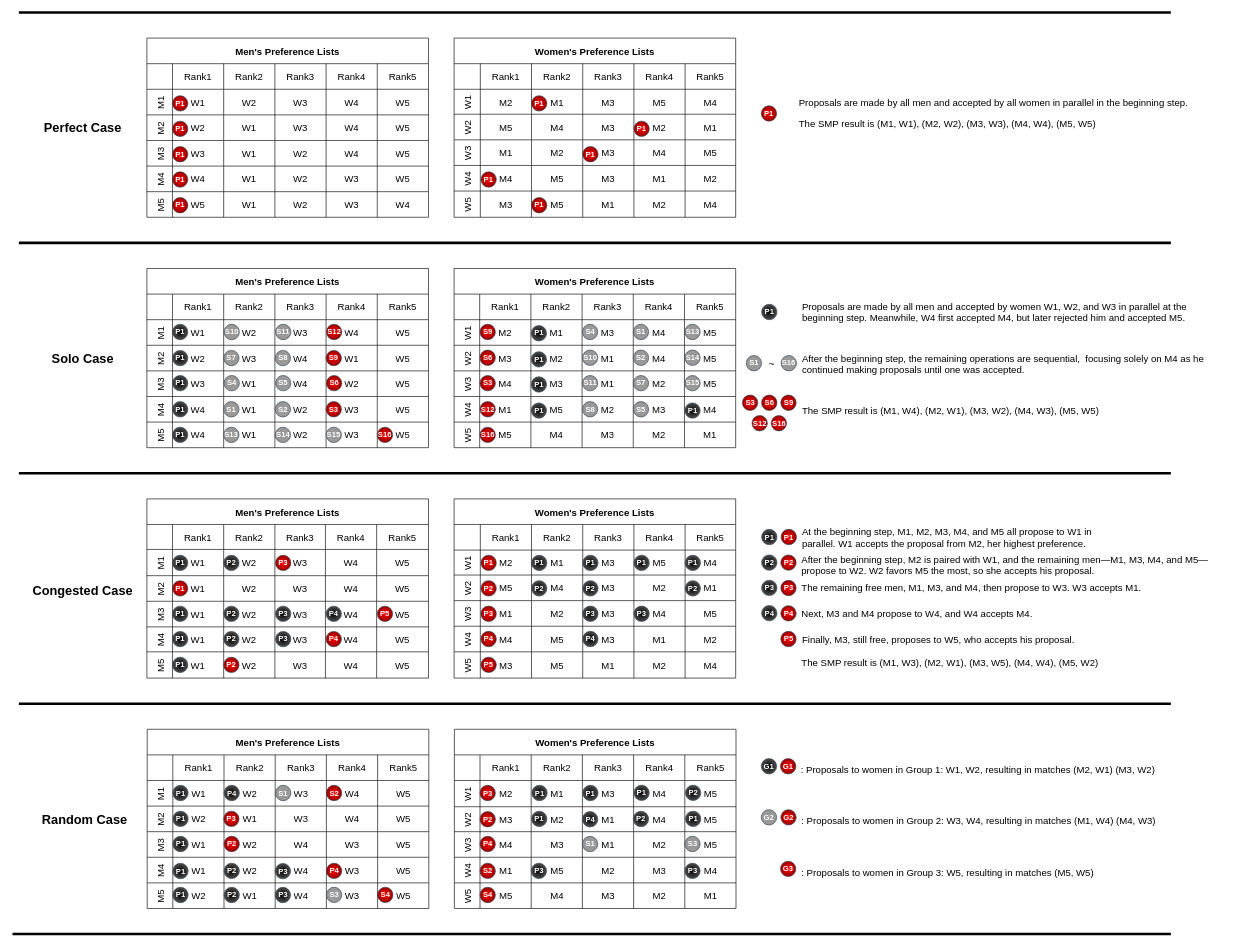
The draw.io diagram MoreWorkloads.drawio in victorliu-sq/BambooSMP-Figures, before the edit. Source tidied: cells renumbered, new cells numbered last; positions are measured from the earlier drawing's top-left corner, leaving out a move shared by most shapes. Both pictures are drawn from the tidied source at 64%, with x=0, y=0 at pixel (12, 12).
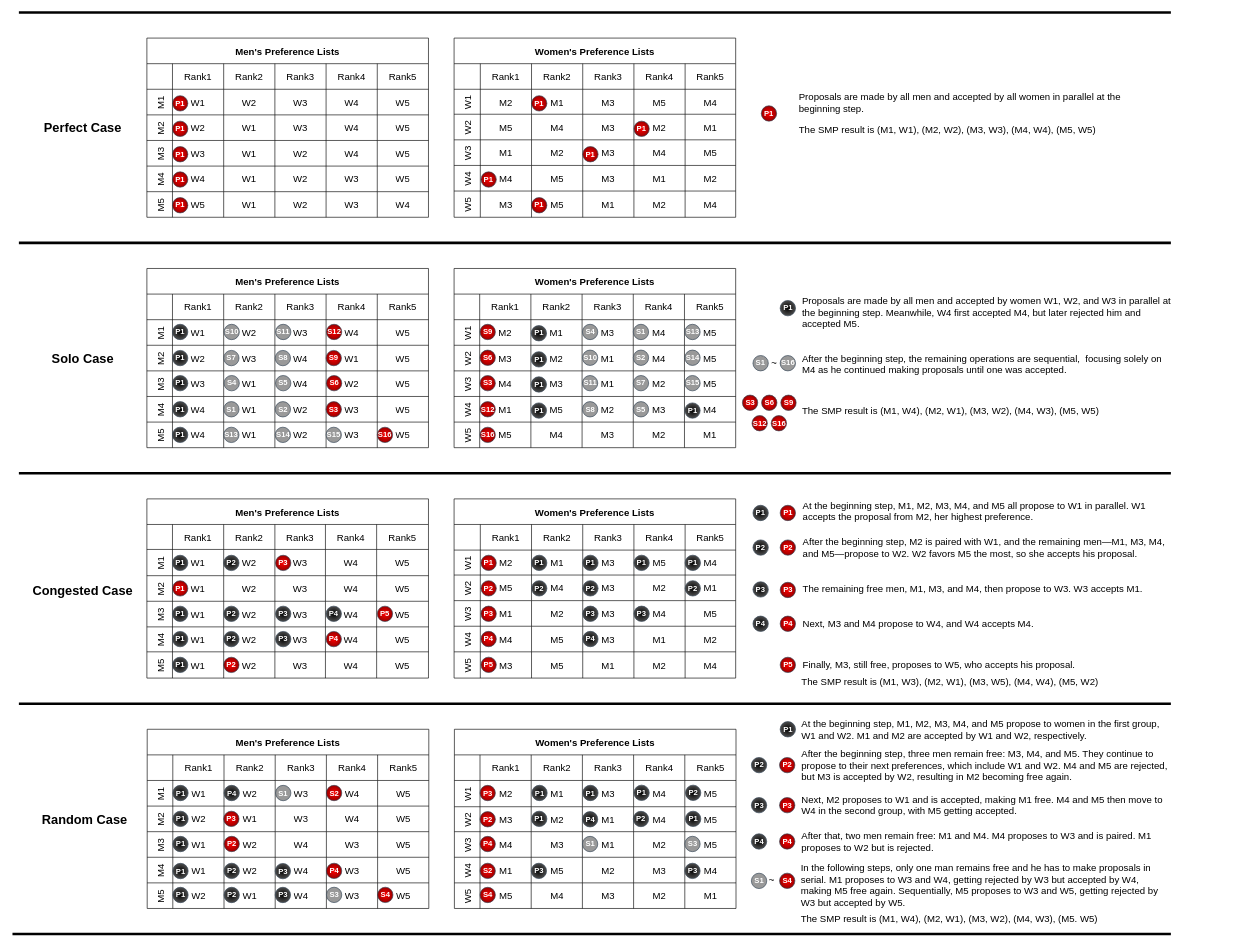
Above is the later version.

The edit, as a diff of the source:
```diff
@@
     <mxCell id="39" value="&lt;p style=&quot;&quot;&gt;At the beginning step, M1, M2, M3, M4, and M5 all propose to W1 in parallel. W1 accepts the proposal from M2, her highest preference.&lt;br&gt;&lt;/p&gt;" style="text;strokeColor=none;align=left;fillColor=none;html=1;verticalAlign=middle;whiteSpace=wrap;rounded=0;fontFamily=Helvetica;fontSize=15;fontColor=default;" parent="1" vertex="1">
-      <mxGeometry x="1231.5" y="804.6" width="459.5" height="30" as="geometry" />
+      <mxGeometry x="1232.5" y="764" width="578.5" height="30" as="geometry" />
     </mxCell>
     <mxCell id="40" value="&lt;p style=&quot;&quot;&gt;After the beginning step, M2 is paired with W1, and the remaining men—M1, M3, M4, and M5—propose to W2. W2 favors M5 the most, so she accepts his proposal.&lt;br&gt;&lt;/p&gt;" style="text;strokeColor=none;align=left;fillColor=none;html=1;verticalAlign=middle;whiteSpace=wrap;rounded=0;fontFamily=Helvetica;fontSize=15;fontColor=default;" parent="1" vertex="1">
-      <mxGeometry x="1230.5" y="847.6" width="639.5" height="30" as="geometry" />
+      <mxGeometry x="1232.5" y="821.1" width="579.5" height="30" as="geometry" />
     </mxCell>
     <mxCell id="41" value="&lt;p style=&quot;&quot;&gt;The remaining free men, M1, M3, and M4, then propose to W3. W3 accepts M1.&lt;br&gt;&lt;/p&gt;" style="text;strokeColor=none;align=left;fillColor=none;html=1;verticalAlign=middle;whiteSpace=wrap;rounded=0;fontFamily=Helvetica;fontSize=15;fontColor=default;" parent="1" vertex="1">
-      <mxGeometry x="1230.5" y="884.3" width="539.5" height="30" as="geometry" />
+      <mxGeometry x="1232.5" y="885" width="539.5" height="30" as="geometry" />
     </mxCell>
     <mxCell id="42" value="&lt;p style=&quot;&quot;&gt;Next, M3 and M4 propose to W4, and W4 accepts M4.&lt;br&gt;&lt;/p&gt;" style="text;strokeColor=none;align=left;fillColor=none;html=1;verticalAlign=middle;whiteSpace=wrap;rounded=0;fontFamily=Helvetica;fontSize=15;fontColor=default;" parent="1" vertex="1">
-      <mxGeometry x="1230.5" y="923.6" width="439.5" height="30" as="geometry" />
+      <mxGeometry x="1232.5" y="940.1" width="439.5" height="30" as="geometry" />
     </mxCell>
     <mxCell id="43" value="&lt;p style=&quot;&quot;&gt;Finally, M3, still free, proposes to W5, who accepts his proposal.&lt;br&gt;&lt;/p&gt;" style="text;strokeColor=none;align=left;fillColor=none;html=1;verticalAlign=middle;whiteSpace=wrap;rounded=0;fontFamily=Helvetica;fontSize=15;fontColor=default;" parent="1" vertex="1">
-      <mxGeometry x="1231.5" y="964.1" width="439.5" height="30" as="geometry" />
+      <mxGeometry x="1232.5" y="1004.4" width="439.5" height="30" as="geometry" />
     </mxCell>
@@
-    <mxCell id="161" value="&lt;h1 style=&quot;&quot;&gt;&lt;span style=&quot;font-size: 15px; font-weight: 400;&quot;&gt;: Proposals to women in Group 1: W1, W2, resulting in matches (M2, W1) (M3, W2)&lt;/span&gt;&lt;/h1&gt;" style="text;strokeColor=none;align=left;fillColor=none;html=1;verticalAlign=middle;whiteSpace=wrap;rounded=0;fontFamily=Helvetica;fontSize=15;fontColor=default;" parent="1" vertex="1">
-      <mxGeometry x="1230" y="1162.8" width="570" height="30" as="geometry" />
+    <mxCell id="161" value="&lt;p style=&quot;&quot;&gt;&lt;span style=&quot;font-size: 15px; font-weight: 400;&quot;&gt;At the beginning step, M1, M2, M3, M4, and M5 propose to women in the first group, W1 and W2. M1 and M2 are accepted by W1 and W2, respectively.&lt;/span&gt;&lt;/p&gt;" style="text;strokeColor=none;align=left;fillColor=none;html=1;verticalAlign=middle;whiteSpace=wrap;rounded=0;fontFamily=Helvetica;fontSize=15;fontColor=default;" parent="1" vertex="1">
+      <mxGeometry x="1230.5" y="1105" width="570" height="30" as="geometry" />
     </mxCell>
-    <mxCell id="162" value="&lt;h1 style=&quot;&quot;&gt;&lt;span style=&quot;font-weight: normal; font-size: 15px;&quot;&gt;: Proposals to women in Group 2: W3, W4,&amp;nbsp;resulting in matches (M1, W4) (M4, W3)&lt;/span&gt;&lt;/h1&gt;" style="text;strokeColor=none;align=left;fillColor=none;html=1;verticalAlign=middle;whiteSpace=wrap;rounded=0;fontFamily=Helvetica;fontSize=15;fontColor=default;" parent="1" vertex="1">
-      <mxGeometry x="1230.5" y="1242.6" width="559.5" height="30" as="geometry" />
+    <mxCell id="162" value="&lt;p style=&quot;&quot;&gt;After the beginning step, three men remain free: M3, M4, and M5. They continue to propose to their next preferences, which include W1 and W2. M4 and M5 are rejected, but M3 is accepted by W2, resulting in M2 becoming free again.&lt;br&gt;&lt;/p&gt;" style="text;strokeColor=none;align=left;fillColor=none;html=1;verticalAlign=middle;whiteSpace=wrap;rounded=0;fontFamily=Helvetica;fontSize=15;fontColor=default;" parent="1" vertex="1">
+      <mxGeometry x="1230.5" y="1161" width="579.5" height="30" as="geometry" />
     </mxCell>
-    <mxCell id="163" value="&lt;h1 style=&quot;&quot;&gt;&lt;span style=&quot;font-size: 15px; font-weight: 400;&quot;&gt;: Proposals to women in Group 3: W5, resulting in matches (M5, W5)&lt;/span&gt;&lt;/h1&gt;" style="text;strokeColor=none;align=left;fillColor=none;html=1;verticalAlign=middle;whiteSpace=wrap;rounded=0;fontFamily=Helvetica;fontSize=15;fontColor=default;" parent="1" vertex="1">
-      <mxGeometry x="1230.5" y="1323.6" width="539.5" height="30" as="geometry" />
+    <mxCell id="163" value="&lt;p style=&quot;&quot;&gt;After that, two men remain free: M1 and M4. M4 proposes to W3 and is paired. M1 proposes to W2 but is rejected.&lt;br&gt;&lt;/p&gt;" style="text;strokeColor=none;align=left;fillColor=none;html=1;verticalAlign=middle;whiteSpace=wrap;rounded=0;fontFamily=Helvetica;fontSize=15;fontColor=default;" parent="1" vertex="1">
+      <mxGeometry x="1230.5" y="1280.3" width="578.5" height="30" as="geometry" />
     </mxCell>
@@
     <mxCell id="319" value="&lt;p style=&quot;&quot;&gt;&lt;span style=&quot;font-size: 15px; font-weight: 400;&quot;&gt;Proposals are made by all men and accepted by women W1, W2, and W3 in parallel at the beginning step.&amp;nbsp;&lt;/span&gt;&lt;span style=&quot;background-color: initial;&quot;&gt;Meanwhile, W4 first accepted M4, but later rejected him and accepted M5.&lt;/span&gt;&lt;/p&gt;" style="text;strokeColor=none;align=left;fillColor=none;html=1;verticalAlign=middle;whiteSpace=wrap;rounded=0;fontFamily=Helvetica;fontSize=15;fontColor=default;" parent="1" vertex="1">
-      <mxGeometry x="1231.5" y="435.5" width="648.5" height="64" as="geometry" />
+      <mxGeometry x="1231.5" y="435.5" width="578.5" height="64" as="geometry" />
     </mxCell>
     <mxCell id="320" value="&lt;p style=&quot;&quot;&gt;&lt;span style=&quot;font-size: 15px; font-weight: 400;&quot;&gt;After the beginning step, the remaining operations are sequential,&amp;nbsp;&amp;nbsp;&lt;/span&gt;&lt;span style=&quot;background-color: initial;&quot;&gt;focusing solely on M4 as he continued making proposals until one was accepted.&amp;nbsp;&lt;/span&gt;&lt;/p&gt;" style="text;strokeColor=none;align=left;fillColor=none;html=1;verticalAlign=middle;whiteSpace=wrap;rounded=0;fontFamily=Helvetica;fontSize=15;fontColor=default;" parent="1" vertex="1">
-      <mxGeometry x="1231.5" y="520" width="680" height="57" as="geometry" />
+      <mxGeometry x="1231.5" y="520" width="578.5" height="57" as="geometry" />
     </mxCell>
@@
     <mxCell id="411" value="S1" style="ellipse;whiteSpace=wrap;html=1;strokeColor=#314354;align=center;verticalAlign=middle;fontFamily=Helvetica;fontSize=12;fillColor=#999999;fontColor=#ffffff;fontStyle=1;" parent="1" vertex="1">
-      <mxGeometry x="1146.5" y="536" width="24" height="24" as="geometry" />
+      <mxGeometry x="1157" y="536" width="24" height="24" as="geometry" />
     </mxCell>
     <mxCell id="412" value="P1" style="ellipse;whiteSpace=wrap;html=1;strokeColor=#314354;align=center;verticalAlign=middle;fontFamily=Helvetica;fontSize=12;fillColor=#000000;fontColor=#ffffff;fontStyle=1;gradientColor=#4D4D4D;gradientDirection=radial;" parent="1" vertex="1">
-      <mxGeometry x="1170.5" y="456" width="24" height="24" as="geometry" />
+      <mxGeometry x="1199.5" y="450" width="24" height="24" as="geometry" />
     </mxCell>
@@
     <mxCell id="414" value="P1" style="ellipse;whiteSpace=wrap;html=1;strokeColor=#314354;align=center;verticalAlign=middle;fontFamily=Helvetica;fontSize=12;fillColor=#000000;fontColor=#ffffff;gradientColor=#4D4D4D;gradientDirection=radial;fontStyle=1;" parent="1" vertex="1">
-      <mxGeometry x="1170.5" y="807.6" width="24" height="24" as="geometry" />
+      <mxGeometry x="1157" y="770" width="24" height="24" as="geometry" />
     </mxCell>
     <mxCell id="415" value="P2" style="ellipse;whiteSpace=wrap;html=1;strokeColor=#314354;align=center;verticalAlign=middle;fontFamily=Helvetica;fontSize=12;fillColor=#000000;fontColor=#ffffff;gradientColor=#4D4D4D;gradientDirection=radial;fontStyle=1;" parent="1" vertex="1">
-      <mxGeometry x="1170.5" y="847.6" width="24" height="24" as="geometry" />
+      <mxGeometry x="1157" y="824.1" width="24" height="24" as="geometry" />
     </mxCell>
     <mxCell id="416" value="P3" style="ellipse;whiteSpace=wrap;html=1;strokeColor=#314354;align=center;verticalAlign=middle;fontFamily=Helvetica;fontSize=12;fillColor=#000000;fontColor=#ffffff;gradientColor=#4D4D4D;gradientDirection=radial;fontStyle=1;" parent="1" vertex="1">
-      <mxGeometry x="1170.5" y="887.1" width="24" height="24" as="geometry" />
+      <mxGeometry x="1157" y="889.5" width="24" height="24" as="geometry" />
     </mxCell>
     <mxCell id="417" value="P4" style="ellipse;whiteSpace=wrap;html=1;strokeColor=#314354;align=center;verticalAlign=middle;fontFamily=Helvetica;fontSize=12;fillColor=#000000;fontColor=#ffffff;gradientColor=#4D4D4D;gradientDirection=radial;fontStyle=1;" parent="1" vertex="1">
-      <mxGeometry x="1170.5" y="926.6" width="24" height="24" as="geometry" />
+      <mxGeometry x="1157" y="943.1" width="24" height="24" as="geometry" />
     </mxCell>
     <mxCell id="418" value="P5" style="ellipse;whiteSpace=wrap;html=1;strokeColor=#314354;align=center;verticalAlign=middle;fontFamily=Helvetica;fontSize=12;fillColor=#FF0000;fontColor=#FFFFFF;fillStyle=solid;strokeWidth=1;fontStyle=1;gradientColor=#990000;gradientDirection=radial;" parent="1" vertex="1">
-      <mxGeometry x="1200.5" y="967" width="24" height="24" as="geometry" />
+      <mxGeometry x="1199.5" y="1007.4" width="24" height="24" as="geometry" />
     </mxCell>
-    <mxCell id="419" value="G1" style="ellipse;whiteSpace=wrap;html=1;strokeColor=#314354;align=center;verticalAlign=middle;fontFamily=Helvetica;fontSize=12;fillColor=#000000;fontColor=#ffffff;strokeWidth=1;perimeterSpacing=1;gradientColor=#4D4D4D;gradientDirection=radial;fontStyle=1;" parent="1" vertex="1">
-      <mxGeometry x="1170" y="1165.8" width="24" height="24" as="geometry" />
-    </mxCell>
-    <mxCell id="420" value="G2" style="ellipse;whiteSpace=wrap;html=1;strokeColor=#314354;align=center;verticalAlign=middle;fontFamily=Helvetica;fontSize=12;fillColor=#999999;fontColor=#ffffff;fontStyle=1;" parent="1" vertex="1">
-      <mxGeometry x="1170" y="1245.6" width="24" height="24" as="geometry" />
-    </mxCell>
-    <mxCell id="421" value="G3" style="ellipse;whiteSpace=wrap;html=1;strokeColor=#314354;align=center;verticalAlign=middle;fontFamily=Helvetica;fontSize=12;fillColor=#FF0000;fontColor=#FFFFFF;fillStyle=solid;strokeWidth=1;fontStyle=1;gradientColor=#990000;gradientDirection=radial;" parent="1" vertex="1">
-      <mxGeometry x="1200" y="1326.1" width="24" height="24" as="geometry" />
-    </mxCell>
-    <mxCell id="422" value="&lt;p style=&quot;&quot;&gt;&lt;span style=&quot;font-size: 15px; font-weight: 400;&quot;&gt;Proposals are made by all men and accepted by all women in parallel in the beginning step.&amp;nbsp;&lt;/span&gt;&lt;/p&gt;&lt;p style=&quot;&quot;&gt;The SMP result is&amp;nbsp;&lt;span style=&quot;font-size: 15px; background-color: initial; font-weight: normal;&quot;&gt;(M1, W1), (M2, W2), (M3, W3), (M4, W4), (M5, W5)&lt;/span&gt;&amp;nbsp;&lt;/p&gt;" style="text;strokeColor=none;align=left;fillColor=none;html=1;verticalAlign=middle;whiteSpace=wrap;rounded=0;fontFamily=Helvetica;fontSize=15;fontColor=default;" parent="1" vertex="1">
-      <mxGeometry x="1226.8" y="102.8" width="689.5" height="110" as="geometry" />
+    <mxCell id="422" value="&lt;p style=&quot;&quot;&gt;&lt;span style=&quot;font-size: 15px; font-weight: 400;&quot;&gt;Proposals are made by all men and accepted by all women in parallel at the beginning step.&amp;nbsp;&lt;/span&gt;&lt;/p&gt;&lt;p style=&quot;&quot;&gt;The SMP result is&amp;nbsp;&lt;span style=&quot;font-size: 15px; background-color: initial; font-weight: normal;&quot;&gt;(M1, W1), (M2, W2), (M3, W3), (M4, W4), (M5, W5)&lt;/span&gt;&amp;nbsp;&lt;/p&gt;" style="text;strokeColor=none;align=left;fillColor=none;html=1;verticalAlign=middle;whiteSpace=wrap;rounded=0;fontFamily=Helvetica;fontSize=15;fontColor=default;" parent="1" vertex="1">
+      <mxGeometry x="1226.8" y="102.8" width="573.2" height="110" as="geometry" />
     </mxCell>
@@
-    <mxCell id="425" value="G1" style="ellipse;whiteSpace=wrap;html=1;strokeColor=#314354;align=center;verticalAlign=middle;fontFamily=Helvetica;fontSize=12;fillColor=#FF0000;fontColor=#FFFFFF;fillStyle=solid;strokeWidth=1;fontStyle=1;gradientColor=#990000;gradientDirection=radial;" parent="1" vertex="1">
-      <mxGeometry x="1200" y="1165.8" width="24" height="24" as="geometry" />
-    </mxCell>
-    <mxCell id="426" value="G2" style="ellipse;whiteSpace=wrap;html=1;strokeColor=#314354;align=center;verticalAlign=middle;fontFamily=Helvetica;fontSize=12;fillColor=#FF0000;fontColor=#FFFFFF;fillStyle=solid;strokeWidth=1;fontStyle=1;gradientColor=#990000;gradientDirection=radial;" parent="1" vertex="1">
-      <mxGeometry x="1200.5" y="1245.6" width="24" height="24" as="geometry" />
-    </mxCell>
     <mxCell id="427" value="P1" style="ellipse;whiteSpace=wrap;html=1;strokeColor=#314354;align=center;verticalAlign=middle;fontFamily=Helvetica;fontSize=12;fillColor=#FF0000;fontColor=#FFFFFF;fillStyle=solid;strokeWidth=1;fontStyle=1;gradientColor=#990000;gradientDirection=radial;" parent="1" vertex="1">
-      <mxGeometry x="1201" y="807.6" width="24" height="24" as="geometry" />
+      <mxGeometry x="1199.5" y="770" width="24" height="24" as="geometry" />
     </mxCell>
     <mxCell id="428" value="P2" style="ellipse;whiteSpace=wrap;html=1;strokeColor=#314354;align=center;verticalAlign=middle;fontFamily=Helvetica;fontSize=12;fillColor=#FF0000;fontColor=#FFFFFF;fillStyle=solid;strokeWidth=1;fontStyle=1;gradientColor=#990000;gradientDirection=radial;" parent="1" vertex="1">
-      <mxGeometry x="1200.5" y="847.6" width="24" height="24" as="geometry" />
+      <mxGeometry x="1199.5" y="824.1" width="24" height="24" as="geometry" />
     </mxCell>
     <mxCell id="429" value="P3" style="ellipse;whiteSpace=wrap;html=1;strokeColor=#314354;align=center;verticalAlign=middle;fontFamily=Helvetica;fontSize=12;fillColor=#FF0000;fontColor=#FFFFFF;fillStyle=solid;strokeWidth=1;fontStyle=1;gradientColor=#990000;gradientDirection=radial;" parent="1" vertex="1">
-      <mxGeometry x="1200.5" y="887.3" width="24" height="24" as="geometry" />
+      <mxGeometry x="1199.5" y="890.3" width="24" height="24" as="geometry" />
     </mxCell>
     <mxCell id="430" value="P4" style="ellipse;whiteSpace=wrap;html=1;strokeColor=#314354;align=center;verticalAlign=middle;fontFamily=Helvetica;fontSize=12;fillColor=#FF0000;fontColor=#FFFFFF;fillStyle=solid;strokeWidth=1;fontStyle=1;gradientColor=#990000;gradientDirection=radial;" parent="1" vertex="1">
-      <mxGeometry x="1200.5" y="926.8" width="24" height="24" as="geometry" />
+      <mxGeometry x="1199.5" y="943.1" width="24" height="24" as="geometry" />
     </mxCell>
@@
     <mxCell id="457" value="S16" style="ellipse;whiteSpace=wrap;html=1;strokeColor=#314354;align=center;verticalAlign=middle;fontFamily=Helvetica;fontSize=12;fillColor=#999999;fontColor=#ffffff;fontStyle=1;" parent="1" vertex="1">
-      <mxGeometry x="1201" y="536" width="24" height="24" as="geometry" />
+      <mxGeometry x="1199.5" y="536" width="24" height="24" as="geometry" />
     </mxCell>
     <mxCell id="458" value="&lt;h1 style=&quot;font-size: 15px;&quot;&gt;&lt;span style=&quot;font-weight: 400;&quot;&gt;~&lt;/span&gt;&lt;/h1&gt;" style="text;strokeColor=none;align=left;fillColor=none;html=1;verticalAlign=middle;whiteSpace=wrap;rounded=0;fontFamily=Helvetica;fontSize=15;fontColor=default;" parent="1" vertex="1">
-      <mxGeometry x="1179.5" y="533" width="20" height="30" as="geometry" />
+      <mxGeometry x="1183.5" y="532" width="20" height="30" as="geometry" />
     </mxCell>
     <mxCell id="459" value="&lt;p style=&quot;&quot;&gt;&lt;span style=&quot;font-size: 15px; font-weight: 400;&quot;&gt;The SMP result is&amp;nbsp;&lt;/span&gt;&lt;span style=&quot;font-size: 15px; font-weight: normal;&quot;&gt;&lt;font style=&quot;font-size: 15px;&quot;&gt;(M1, W3), (M2, W1), (M3, W5), (M4, W4), (M5, W2)&lt;/font&gt;&lt;/span&gt;&lt;/p&gt;" style="text;strokeColor=none;align=left;fillColor=none;html=1;verticalAlign=middle;whiteSpace=wrap;rounded=0;fontFamily=Helvetica;fontSize=15;fontColor=default;" parent="1" vertex="1">
-      <mxGeometry x="1230.5" y="1001.3" width="520" height="30" as="geometry" />
+      <mxGeometry x="1230.5" y="1031.4" width="520" height="30" as="geometry" />
     </mxCell>
+    <mxCell id="460" value="P1" style="ellipse;whiteSpace=wrap;html=1;strokeColor=#314354;align=center;verticalAlign=middle;fontFamily=Helvetica;fontSize=12;fillColor=#000000;fontColor=#ffffff;strokeWidth=1;perimeterSpacing=1;gradientColor=#4D4D4D;gradientDirection=radial;fontStyle=1;fillStyle=solid;" parent="1" vertex="1">
+      <mxGeometry x="1199.5" y="1108" width="24" height="24" as="geometry" />
+    </mxCell>
+    <mxCell id="461" value="P2" style="ellipse;whiteSpace=wrap;html=1;strokeColor=#314354;align=center;verticalAlign=middle;fontFamily=Helvetica;fontSize=12;fillColor=#000000;fontColor=#ffffff;gradientColor=#4D4D4D;gradientDirection=radial;fontStyle=1;" parent="1" vertex="1">
+      <mxGeometry x="1154.5" y="1164" width="24" height="24" as="geometry" />
+    </mxCell>
+    <mxCell id="462" value="P2" style="ellipse;whiteSpace=wrap;html=1;strokeColor=#314354;align=center;verticalAlign=middle;fontFamily=Helvetica;fontSize=12;fillColor=#FF0000;fontColor=#FFFFFF;fillStyle=solid;strokeWidth=1;fontStyle=1;gradientColor=#990000;gradientDirection=radial;" parent="1" vertex="1">
+      <mxGeometry x="1198.5" y="1164" width="24" height="24" as="geometry" />
+    </mxCell>
+    <mxCell id="463" value="P3" style="ellipse;whiteSpace=wrap;html=1;strokeColor=#314354;align=center;verticalAlign=middle;fontFamily=Helvetica;fontSize=12;fillColor=#000000;fontColor=#ffffff;fontStyle=1;gradientColor=#4D4D4D;gradientDirection=radial;" parent="1" vertex="1">
+      <mxGeometry x="1154.5" y="1226.6" width="24" height="24" as="geometry" />
+    </mxCell>
+    <mxCell id="464" value="P3" style="ellipse;whiteSpace=wrap;html=1;strokeColor=#314354;align=center;verticalAlign=middle;fontFamily=Helvetica;fontSize=12;fillColor=#FF0000;fontColor=#FFFFFF;fillStyle=solid;strokeWidth=1;fontStyle=1;gradientColor=#990000;gradientDirection=radial;" parent="1" vertex="1">
+      <mxGeometry x="1198.5" y="1226.6" width="24" height="24" as="geometry" />
+    </mxCell>
+    <mxCell id="465" value="P4" style="ellipse;whiteSpace=wrap;html=1;strokeColor=#314354;align=center;verticalAlign=middle;fontFamily=Helvetica;fontSize=12;fillColor=#000000;fontColor=#ffffff;fontStyle=1;gradientColor=#4D4D4D;gradientDirection=radial;" parent="1" vertex="1">
+      <mxGeometry x="1154.5" y="1283.3" width="24" height="24" as="geometry" />
+    </mxCell>
+    <mxCell id="466" value="P4" style="ellipse;whiteSpace=wrap;html=1;strokeColor=#314354;align=center;verticalAlign=middle;fontFamily=Helvetica;fontSize=12;fillColor=#FF0000;fontColor=#FFFFFF;fillStyle=solid;strokeWidth=1;fontStyle=1;gradientColor=#990000;gradientDirection=radial;" parent="1" vertex="1">
+      <mxGeometry x="1198.5" y="1283.3" width="24" height="24" as="geometry" />
+    </mxCell>
+    <mxCell id="467" value="S1" style="ellipse;whiteSpace=wrap;html=1;strokeColor=#314354;align=center;verticalAlign=middle;fontFamily=Helvetica;fontSize=12;fillColor=#999999;fontColor=#ffffff;fontStyle=1;" parent="1" vertex="1">
+      <mxGeometry x="1154.5" y="1344.9" width="24" height="24" as="geometry" />
+    </mxCell>
+    <mxCell id="468" value="S4" style="ellipse;whiteSpace=wrap;html=1;strokeColor=#314354;align=center;verticalAlign=middle;fontFamily=Helvetica;fontSize=12;fillColor=#FF0000;fontColor=#FFFFFF;fillStyle=solid;strokeWidth=1;fontStyle=1;gradientColor=#990000;gradientDirection=radial;" parent="1" vertex="1">
+      <mxGeometry x="1198.5" y="1344.8" width="24" height="24" as="geometry" />
+    </mxCell>
+    <mxCell id="469" value="&lt;h1 style=&quot;font-size: 15px;&quot;&gt;&lt;span style=&quot;font-weight: 400;&quot;&gt;~&lt;/span&gt;&lt;/h1&gt;" style="text;strokeColor=none;align=left;fillColor=none;html=1;verticalAlign=middle;whiteSpace=wrap;rounded=0;fontFamily=Helvetica;fontSize=15;fontColor=default;" parent="1" vertex="1">
+      <mxGeometry x="1180" y="1338.9" width="20" height="30" as="geometry" />
+    </mxCell>
+    <mxCell id="470" value="&lt;p style=&quot;&quot;&gt;Next, M2 proposes to W1 and is accepted, making M1 free. M4 and M5 then move to W4 in the second group, with M5 getting accepted.&lt;br&gt;&lt;/p&gt;" style="text;strokeColor=none;align=left;fillColor=none;html=1;verticalAlign=middle;whiteSpace=wrap;rounded=0;fontFamily=Helvetica;fontSize=15;fontColor=default;" parent="1" vertex="1">
+      <mxGeometry x="1230.5" y="1223" width="578.5" height="30" as="geometry" />
+    </mxCell>
+    <mxCell id="471" value="&lt;p style=&quot;&quot;&gt;In the following steps, only one man remains free and he has to make proposals in serial. M1 proposes to W3 and W4, getting rejected by W3 but accepted by W4, making M5 free again. Sequentially, M5 proposes to W3 and W5, getting rejected by W3 but accepted by W5.&lt;br&gt;&lt;/p&gt;" style="text;strokeColor=none;align=left;fillColor=none;html=1;verticalAlign=middle;whiteSpace=wrap;rounded=0;fontFamily=Helvetica;fontSize=15;fontColor=default;" parent="1" vertex="1">
+      <mxGeometry x="1230" y="1348" width="579.5" height="30" as="geometry" />
+    </mxCell>
+    <mxCell id="472" value="&lt;p style=&quot;&quot;&gt;The SMP result is (M1, W4), (M2, W1), (M3, W2), (M4, W3), (M5. W5)&lt;br&gt;&lt;/p&gt;" style="text;strokeColor=none;align=left;fillColor=none;html=1;verticalAlign=middle;whiteSpace=wrap;rounded=0;fontFamily=Helvetica;fontSize=15;fontColor=default;" parent="1" vertex="1">
+      <mxGeometry x="1230" y="1400" width="578.5" height="30" as="geometry" />
+    </mxCell>
```
